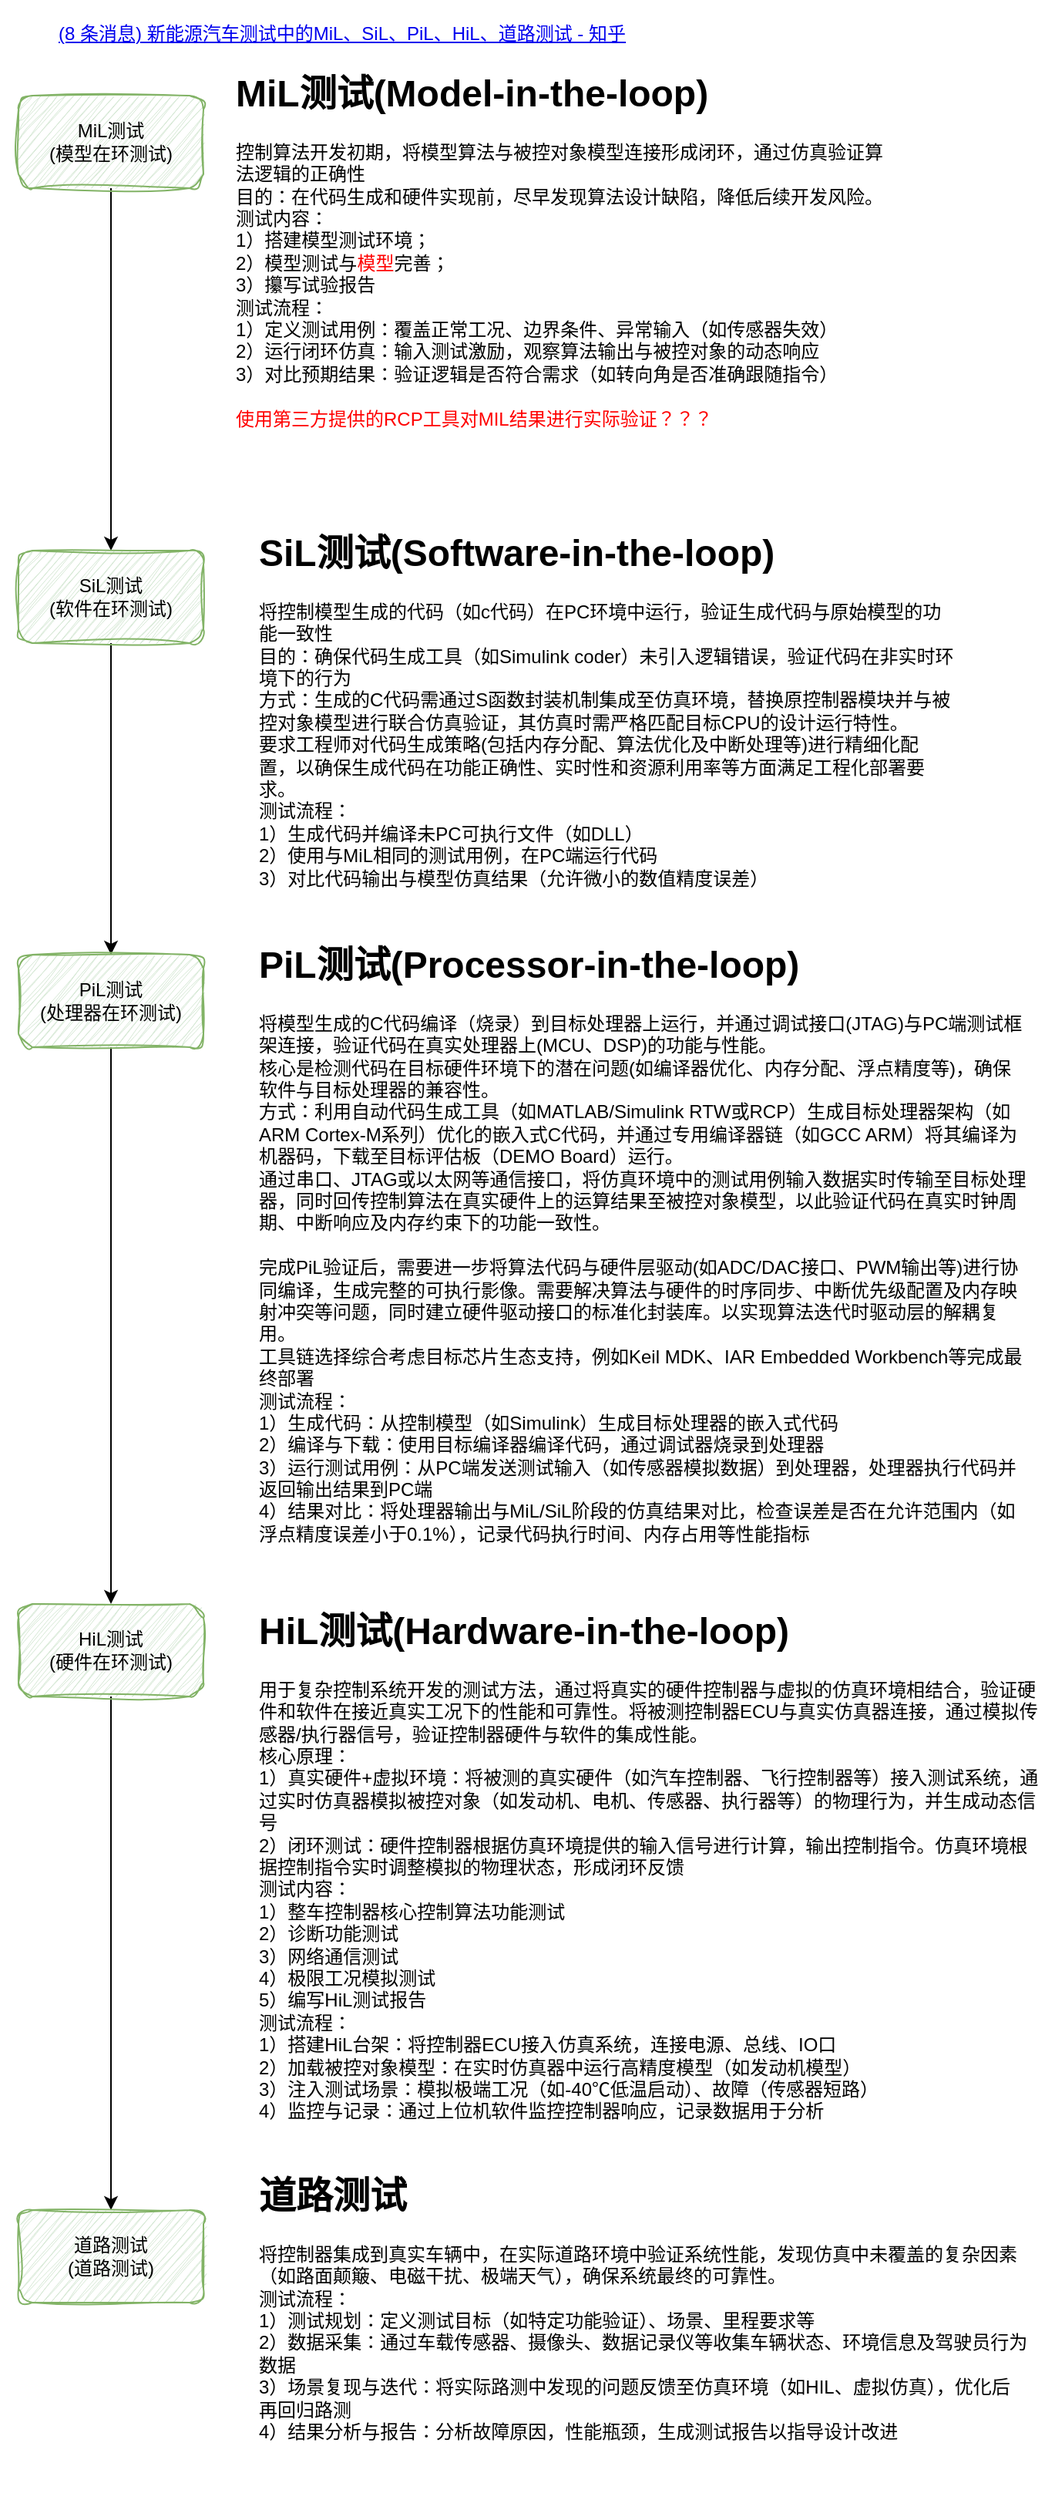
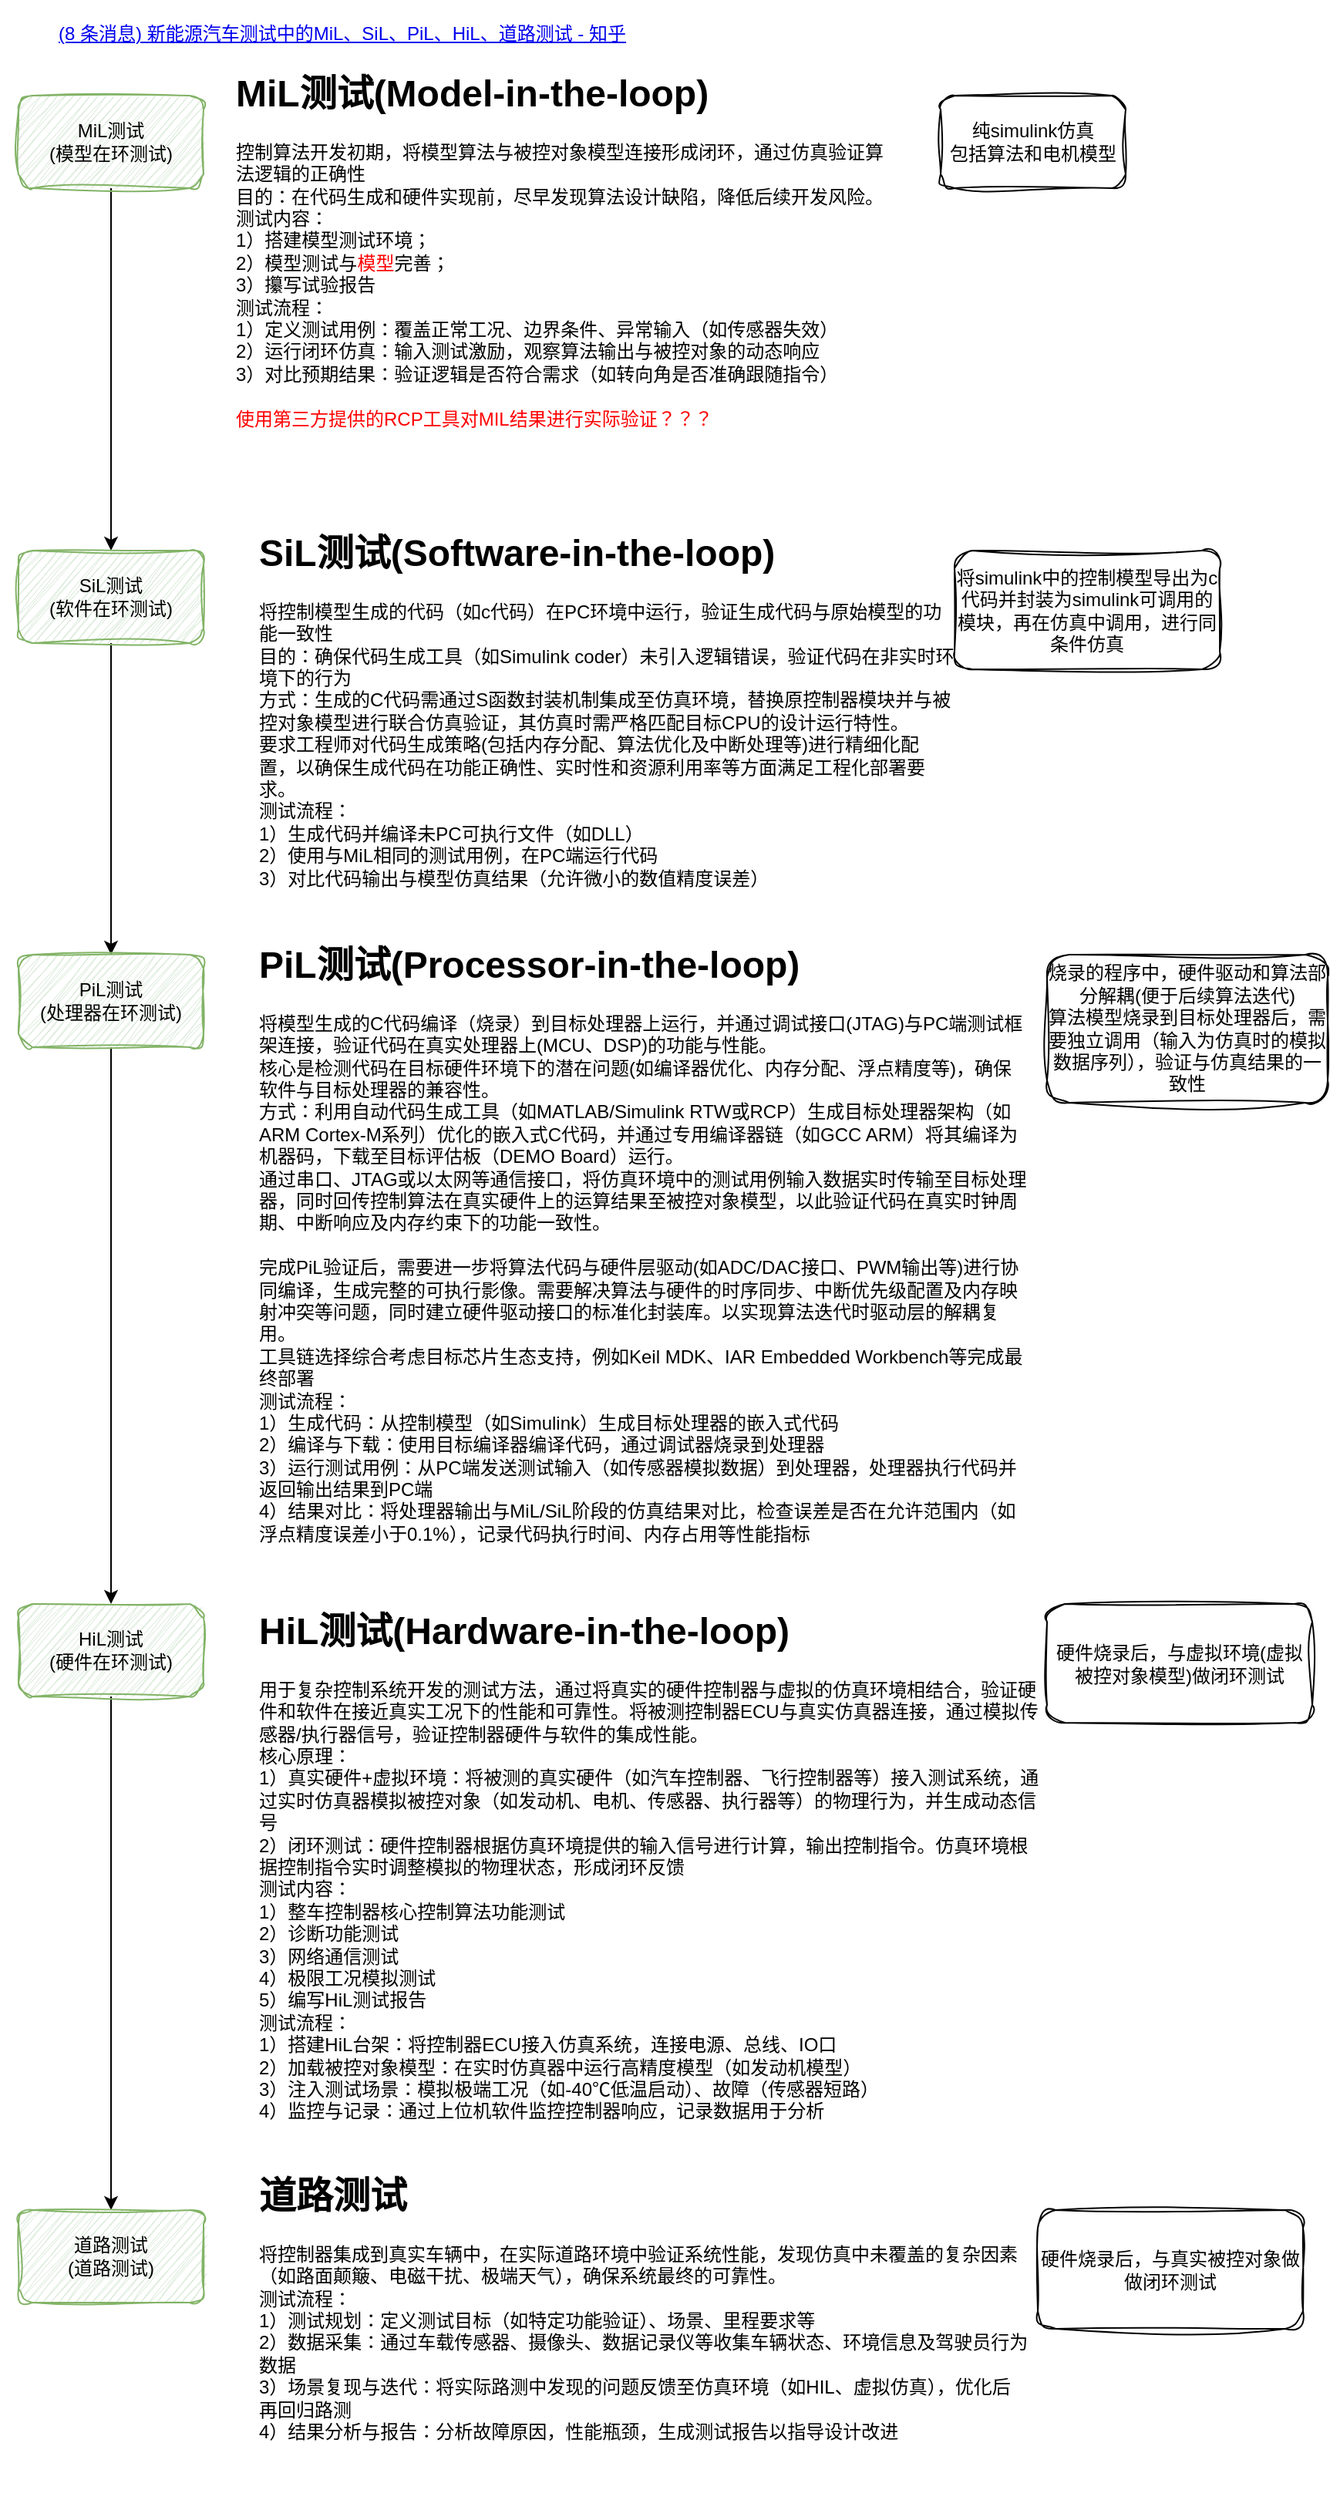
<mxfile host="app.diagrams.net">
  <diagram name="第 1 页" id="SPJzrtFJ2h2y-7jRp7m4">
-     <mxGraphModel dx="1569" dy="786" grid="0" gridSize="10" guides="1" tooltips="1" connect="1" arrows="1" fold="1" page="1" pageScale="1" pageWidth="827" pageHeight="1169" math="0" shadow="0">
+     <mxGraphModel dx="1404" dy="786" grid="0" gridSize="10" guides="1" tooltips="1" connect="1" arrows="1" fold="1" page="1" pageScale="1" pageWidth="827" pageHeight="1169" math="0" shadow="0">
      <root>
        <mxCell id="0" />
        <mxCell id="1" parent="0" />
        <mxCell id="-b37v0VHe5EqFnSivpbF-16" edge="1" parent="1" source="mNEA2bSVfQqrhph_DYo6-2" style="edgeStyle=orthogonalEdgeStyle;rounded=0;orthogonalLoop=1;jettySize=auto;html=1;exitX=0.5;exitY=1;exitDx=0;exitDy=0;fontFamily=Helvetica;fontSize=12;fontColor=default;" target="mNEA2bSVfQqrhph_DYo6-3">
          <mxGeometry relative="1" as="geometry" />
        </mxCell>
        <mxCell id="mNEA2bSVfQqrhph_DYo6-2" parent="1" style="rounded=1;whiteSpace=wrap;html=1;sketch=1;curveFitting=1;jiggle=2;fillColor=#d5e8d4;strokeColor=#82b366;" value="MiL测试&lt;div&gt;(模型在环测试)&lt;/div&gt;" vertex="1">
          <mxGeometry height="60" width="120" x="41" y="240" as="geometry" />
        </mxCell>
        <mxCell id="-b37v0VHe5EqFnSivpbF-17" edge="1" parent="1" source="mNEA2bSVfQqrhph_DYo6-3" style="edgeStyle=orthogonalEdgeStyle;rounded=0;orthogonalLoop=1;jettySize=auto;html=1;exitX=0.5;exitY=1;exitDx=0;exitDy=0;fontFamily=Helvetica;fontSize=12;fontColor=default;" target="-b37v0VHe5EqFnSivpbF-9">
          <mxGeometry relative="1" as="geometry" />
        </mxCell>
        <mxCell id="mNEA2bSVfQqrhph_DYo6-3" parent="1" style="rounded=1;whiteSpace=wrap;html=1;sketch=1;curveFitting=1;jiggle=2;fillColor=#d5e8d4;strokeColor=#82b366;" value="SiL测试&lt;div&gt;(软件在环测试)&lt;/div&gt;" vertex="1">
          <mxGeometry height="60" width="120" x="41" y="535" as="geometry" />
        </mxCell>
        <UserObject label="&#xa;&lt;a href=&quot;https://zhuanlan.zhihu.com/p/1903753229029839860&quot;&gt;(8 条消息) 新能源汽车测试中的MiL、SiL、PiL、HiL、道路测试 - 知乎&lt;/a&gt;&#xa;&#xa;" link="&#xa;&lt;a href=&quot;https://zhuanlan.zhihu.com/p/1903753229029839860&quot;&gt;(8 条消息) 新能源汽车测试中的MiL、SiL、PiL、HiL、道路测试 - 知乎&lt;/a&gt;&#xa;&#xa;" id="-b37v0VHe5EqFnSivpbF-1">
          <mxCell parent="1" style="text;html=1;whiteSpace=wrap;strokeColor=none;fillColor=none;align=center;verticalAlign=middle;rounded=0;fontFamily=Helvetica;fontSize=12;fontColor=default;" vertex="1">
            <mxGeometry height="6" width="444" x="29" y="204" as="geometry" />
          </mxCell>
        </UserObject>
        <mxCell id="-b37v0VHe5EqFnSivpbF-7" parent="1" style="text;html=1;whiteSpace=wrap;overflow=hidden;rounded=0;fontFamily=Helvetica;fontSize=12;fontColor=default;" value="&lt;h1 style=&quot;margin-top: 0px;&quot;&gt;MiL测试(Model-in-the-loop)&lt;br&gt;&lt;/h1&gt;&lt;div&gt;控制算法开发初期，将模型算法与被控对象模型连接形成闭环，通过仿真验证算法逻辑的正确性&lt;/div&gt;&lt;div&gt;目的：在代码生成和硬件实现前，尽早发现算法设计缺陷，降低后续开发风险。&lt;/div&gt;&lt;div&gt;测试内容：&lt;/div&gt;&lt;div&gt;1）搭建模型测试环境；&lt;/div&gt;&lt;div&gt;2）模型测试与&lt;font style=&quot;color: rgb(255, 0, 0);&quot;&gt;模型&lt;/font&gt;完善；&lt;/div&gt;&lt;div&gt;3）攥写试验报告&lt;/div&gt;&lt;div&gt;测试流程：&lt;/div&gt;&lt;div&gt;1）定义测试用例：覆盖正常工况、边界条件、异常输入（如传感器失效）&lt;/div&gt;&lt;div&gt;2）运行闭环仿真：输入测试激励，观察算法输出与被控对象的动态响应&lt;br&gt;&lt;/div&gt;&lt;div&gt;3）对比预期结果：验证逻辑是否符合需求（如转向角是否准确跟随指令）&lt;br&gt;&lt;/div&gt;&lt;div&gt;&lt;br&gt;&lt;/div&gt;&lt;div&gt;&lt;font style=&quot;color: rgb(255, 0, 0);&quot;&gt;使用第三方提供的RCP工具对MIL结果进行实际验证？？？&lt;/font&gt;&lt;/div&gt;" vertex="1">
          <mxGeometry height="281.5" width="424" x="180" y="217.5" as="geometry" />
        </mxCell>
        <mxCell id="-b37v0VHe5EqFnSivpbF-8" parent="1" style="text;html=1;whiteSpace=wrap;overflow=hidden;rounded=0;fontFamily=Helvetica;fontSize=12;fontColor=default;" value="&lt;h1 style=&quot;margin-top: 0px;&quot;&gt;SiL测试(Software-in-the-loop)&lt;/h1&gt;&lt;div&gt;将控制模型生成的代码（如c代码）在PC环境中运行，验证生成代码与原始模型的功能一致性&lt;/div&gt;&lt;div&gt;目的：确保代码生成工具（如Simulink coder）未引入逻辑错误，验证代码在非实时环境下的行为&lt;/div&gt;&lt;div&gt;方式：生成的C代码需通过S函数封装机制集成至仿真环境，替换原控制器模块并与被控对象模型进行联合仿真验证，其仿真时需严格匹配目标CPU的设计运行特性。&lt;/div&gt;&lt;div&gt;要求工程师对代码生成策略(包括内存分配、算法优化及中断处理等)进行精细化配置，以确保生成代码在功能正确性、实时性和资源利用率等方面满足工程化部署要求。&lt;/div&gt;&lt;div&gt;测试流程：&lt;/div&gt;&lt;div&gt;1）生成代码并编译未PC可执行文件（如DLL）&lt;/div&gt;&lt;div&gt;2）使用与MiL相同的测试用例，在PC端运行代码&lt;/div&gt;&lt;div&gt;3）对比代码输出与模型仿真结果（允许微小的数值精度误差）&lt;/div&gt;&lt;div&gt;&lt;br&gt;&lt;/div&gt;&lt;div&gt;&lt;br&gt;&lt;/div&gt;&lt;div&gt;&lt;br&gt;&lt;/div&gt;&lt;div&gt;&lt;br&gt;&lt;/div&gt;" vertex="1">
          <mxGeometry height="243" width="453" x="195" y="516" as="geometry" />
        </mxCell>
        <mxCell id="-b37v0VHe5EqFnSivpbF-18" edge="1" parent="1" source="-b37v0VHe5EqFnSivpbF-9" style="edgeStyle=orthogonalEdgeStyle;rounded=0;orthogonalLoop=1;jettySize=auto;html=1;exitX=0.5;exitY=1;exitDx=0;exitDy=0;fontFamily=Helvetica;fontSize=12;fontColor=default;" target="-b37v0VHe5EqFnSivpbF-11">
          <mxGeometry relative="1" as="geometry" />
        </mxCell>
        <mxCell id="-b37v0VHe5EqFnSivpbF-9" parent="1" style="rounded=1;whiteSpace=wrap;html=1;sketch=1;curveFitting=1;jiggle=2;fillColor=#d5e8d4;strokeColor=#82b366;" value="PiL测试&lt;div&gt;(处理器在环测试)&lt;/div&gt;" vertex="1">
          <mxGeometry height="60" width="120" x="41" y="797" as="geometry" />
        </mxCell>
        <mxCell id="-b37v0VHe5EqFnSivpbF-10" parent="1" style="text;html=1;whiteSpace=wrap;overflow=hidden;rounded=0;fontFamily=Helvetica;fontSize=12;fontColor=default;" value="&lt;h1 style=&quot;margin-top: 0px;&quot;&gt;PiL测试(Processor-in-the-loop)&lt;/h1&gt;&lt;div&gt;将模型生成的C代码编译（烧录）到目标处理器上运行，并通过调试接口(JTAG)与PC端测试框架连接，验证代码在真实处理器上(MCU、DSP&lt;span style=&quot;background-color: transparent; color: light-dark(rgb(0, 0, 0), rgb(255, 255, 255));&quot;&gt;)的功能与性能。&lt;/span&gt;&lt;/div&gt;&lt;div&gt;&lt;span style=&quot;background-color: transparent; color: light-dark(rgb(0, 0, 0), rgb(255, 255, 255));&quot;&gt;核心是检测代码在目标硬件环境下的潜在问题(如编译器优化、内存分配、浮点精度等)，确保软件与目标处理器的兼容性。&lt;/span&gt;&lt;/div&gt;&lt;div&gt;&lt;span style=&quot;background-color: transparent; color: light-dark(rgb(0, 0, 0), rgb(255, 255, 255));&quot;&gt;方式：利用自动代码生成工具（如MATLAB/Simulink RTW或RCP）生成目标处理器架构（如ARM Cortex-M系列）优化的嵌入式C代码，并通过专用编译器链（如GCC ARM）将其编译为机器码，下载至目标评估板（DEMO Board）运行。&lt;/span&gt;&lt;/div&gt;&lt;div&gt;&lt;span style=&quot;background-color: transparent; color: light-dark(rgb(0, 0, 0), rgb(255, 255, 255));&quot;&gt;通过串口、JTAG或以太网等通信接口，将仿真环境中的测试用例输入数据实时传输至目标处理器，同时回传控制算法在真实硬件上的运算结果至被控对象模型，以此验证代码在真实时钟周期、中断响应及内存约束下的功能一致性。&lt;/span&gt;&lt;/div&gt;&lt;div&gt;&lt;span style=&quot;background-color: transparent; color: light-dark(rgb(0, 0, 0), rgb(255, 255, 255));&quot;&gt;&lt;br&gt;&lt;/span&gt;&lt;/div&gt;&lt;div&gt;完成PiL验证后，需要进一步将算法代码与硬件层驱动(如ADC/DAC接口、PWM输出等)进行协同编译，生成完整的可执行影像。需要解决算法与硬件的时序同步、中断优先级配置及内存映射冲突等问题，同时建立硬件驱动接口的标准化封装库。以实现算法迭代时驱动层的解耦复用。&lt;/div&gt;&lt;div&gt;工具链选择综合考虑目标芯片生态支持，例如Keil MDK、IAR Embedded Workbench等完成最终部署&lt;/div&gt;&lt;div&gt;&lt;span style=&quot;background-color: transparent; color: light-dark(rgb(0, 0, 0), rgb(255, 255, 255));&quot;&gt;测试流程：&lt;/span&gt;&lt;/div&gt;&lt;div&gt;&lt;span style=&quot;background-color: transparent; color: light-dark(rgb(0, 0, 0), rgb(255, 255, 255));&quot;&gt;1）生成代码：从控制模型（如Simulink）生成目标处理器的嵌入式代码&lt;/span&gt;&lt;/div&gt;&lt;div&gt;&lt;span style=&quot;background-color: transparent; color: light-dark(rgb(0, 0, 0), rgb(255, 255, 255));&quot;&gt;2）编译与下载：使用目标编译器编译代码，通过调试器烧录到处理器&lt;/span&gt;&lt;/div&gt;&lt;div&gt;&lt;span style=&quot;background-color: transparent; color: light-dark(rgb(0, 0, 0), rgb(255, 255, 255));&quot;&gt;3）运行测试用例：从PC端发送测试输入（如传感器模拟数据）到处理器，处理器执行代码并返回输出结果到PC端&lt;/span&gt;&lt;/div&gt;&lt;div&gt;&lt;span style=&quot;background-color: transparent; color: light-dark(rgb(0, 0, 0), rgb(255, 255, 255));&quot;&gt;4）结果对比：将处理器输出与MiL/SiL阶段的仿真结果对比，检查误差是否在允许范围内（如浮点精度误差小于0.1%），记录代码执行时间、内存占用等性能指标&lt;/span&gt;&lt;/div&gt;&lt;div&gt;&lt;span style=&quot;background-color: transparent; color: light-dark(rgb(0, 0, 0), rgb(255, 255, 255));&quot;&gt;&lt;br&gt;&lt;/span&gt;&lt;/div&gt;" vertex="1">
          <mxGeometry height="417" width="500" x="195" y="783" as="geometry" />
        </mxCell>
        <mxCell id="-b37v0VHe5EqFnSivpbF-19" edge="1" parent="1" source="-b37v0VHe5EqFnSivpbF-11" style="edgeStyle=orthogonalEdgeStyle;rounded=0;orthogonalLoop=1;jettySize=auto;html=1;exitX=0.5;exitY=1;exitDx=0;exitDy=0;entryX=0.5;entryY=0;entryDx=0;entryDy=0;fontFamily=Helvetica;fontSize=12;fontColor=default;" target="-b37v0VHe5EqFnSivpbF-14">
          <mxGeometry relative="1" as="geometry" />
        </mxCell>
        <mxCell id="-b37v0VHe5EqFnSivpbF-11" parent="1" style="rounded=1;whiteSpace=wrap;html=1;sketch=1;curveFitting=1;jiggle=2;fillColor=#d5e8d4;strokeColor=#82b366;" value="HiL测试&lt;div&gt;(硬件在环测试)&lt;/div&gt;" vertex="1">
          <mxGeometry height="60" width="120" x="41" y="1218" as="geometry" />
        </mxCell>
        <mxCell id="-b37v0VHe5EqFnSivpbF-12" parent="1" style="text;html=1;whiteSpace=wrap;overflow=hidden;rounded=0;fontFamily=Helvetica;fontSize=12;fontColor=default;" value="&lt;h1 style=&quot;margin-top: 0px;&quot;&gt;HiL测试(Hardware-in-the-loop)&lt;/h1&gt;&lt;div&gt;用于复杂控制系统开发的测试方法，通过将真实的硬件控制器与虚拟的仿真环境相结合，验证硬件和软件在接近真实工况下的性能和可靠性。将被测控制器ECU与真实仿真器连接，通过模拟传感器/执行器信号，验证控制器硬件与软件的集成性能。&lt;/div&gt;&lt;div&gt;核心原理：&lt;/div&gt;&lt;div&gt;1）真实硬件+虚拟环境：将被测的真实硬件（如汽车控制器、飞行控制器等）接入测试系统，通过实时仿真器模拟被控对象（如发动机、电机、传感器、执行器等）的物理行为，并生成动态信号&lt;/div&gt;&lt;div&gt;2）闭环测试：硬件控制器根据仿真环境提供的输入信号进行计算，输出控制指令。仿真环境根据控制指令实时调整模拟的物理状态，形成闭环反馈&lt;/div&gt;&lt;div&gt;测试内容：&lt;/div&gt;&lt;div&gt;1）整车控制器核心控制算法功能测试&lt;/div&gt;&lt;div&gt;2）诊断功能测试&lt;/div&gt;&lt;div&gt;3）网络通信测试&lt;/div&gt;&lt;div&gt;4）极限工况模拟测试&lt;/div&gt;&lt;div&gt;5）编写HiL测试报告&lt;/div&gt;&lt;div&gt;测试流程：&lt;/div&gt;&lt;div&gt;1）搭建HiL台架：将控制器ECU接入仿真系统，连接电源、总线、IO口&lt;/div&gt;&lt;div&gt;2）加载被控对象模型：在实时仿真器中运行高精度模型（如发动机模型）&lt;/div&gt;&lt;div&gt;3）注入测试场景：模拟极端工况（如-40℃低温启动）、故障（传感器短路）&lt;/div&gt;&lt;div&gt;4）监控与记录：通过上位机软件监控控制器响应，记录数据用于分析&lt;/div&gt;&lt;div&gt;&lt;br&gt;&lt;/div&gt;" vertex="1">
          <mxGeometry height="346" width="511" x="195" y="1215" as="geometry" />
        </mxCell>
        <mxCell id="-b37v0VHe5EqFnSivpbF-14" parent="1" style="rounded=1;whiteSpace=wrap;html=1;sketch=1;curveFitting=1;jiggle=2;fillColor=#d5e8d4;strokeColor=#82b366;" value="道路测试&lt;div&gt;(道路测试)&lt;/div&gt;" vertex="1">
          <mxGeometry height="60" width="120" x="41" y="1611" as="geometry" />
        </mxCell>
        <mxCell id="-b37v0VHe5EqFnSivpbF-15" parent="1" style="text;html=1;whiteSpace=wrap;overflow=hidden;rounded=0;fontFamily=Helvetica;fontSize=12;fontColor=default;" value="&lt;h1 style=&quot;margin-top: 0px;&quot;&gt;道路测试&lt;/h1&gt;&lt;div&gt;将控制器集成到真实车辆中，在实际道路环境中验证系统性能，发现仿真中未覆盖的复杂因素（如路面颠簸、电磁干扰、极端天气），确保系统最终的可靠性。&lt;/div&gt;&lt;div&gt;测试流程：&lt;/div&gt;&lt;div&gt;1）测试规划：定义测试目标（如特定功能验证）、场景、里程要求等&lt;/div&gt;&lt;div&gt;2）数据采集：通过车载传感器、摄像头、数据记录仪等收集车辆状态、环境信息及驾驶员行为数据&lt;/div&gt;&lt;div&gt;3）场景复现与迭代：将实际路测中发现的问题反馈至仿真环境（如HIL、虚拟仿真），优化后再回归路测&lt;/div&gt;&lt;div&gt;4）结果分析与报告：分析故障原因，性能瓶颈，生成测试报告以指导设计改进&lt;/div&gt;&lt;div&gt;&lt;br&gt;&lt;/div&gt;&lt;div&gt;&lt;br&gt;&lt;/div&gt;" vertex="1">
          <mxGeometry height="214" width="501" x="195" y="1581" as="geometry" />
        </mxCell>
+         <mxCell id="vQIKJYU9hiVUAoawukqU-1" parent="1" style="rounded=1;whiteSpace=wrap;html=1;sketch=1;curveFitting=1;jiggle=2;" value="纯simulink仿真&lt;div&gt;包括算法和电机模型&lt;/div&gt;" vertex="1">
+           <mxGeometry height="60" width="120" x="639" y="240" as="geometry" />
+         </mxCell>
+         <mxCell id="vQIKJYU9hiVUAoawukqU-2" parent="1" style="rounded=1;whiteSpace=wrap;html=1;sketch=1;curveFitting=1;jiggle=2;" value="将simulink中的控制模型导出为c代码并封装为simulink可调用的模块，再在仿真中调用，进行同条件仿真" vertex="1">
+           <mxGeometry height="77" width="172" x="648" y="535" as="geometry" />
+         </mxCell>
+         <mxCell id="vQIKJYU9hiVUAoawukqU-3" parent="1" style="rounded=1;whiteSpace=wrap;html=1;sketch=1;curveFitting=1;jiggle=2;" value="烧录的程序中，硬件驱动和算法部分解耦(便于后续算法迭代)&lt;div&gt;算法模型烧录到目标处理器后，需要独立调用（输入为仿真时的模拟数据序列），验证与仿真结果的一致性&lt;/div&gt;" vertex="1">
+           <mxGeometry height="96" width="182" x="708" y="797" as="geometry" />
+         </mxCell>
+         <mxCell id="vQIKJYU9hiVUAoawukqU-4" parent="1" style="rounded=1;whiteSpace=wrap;html=1;sketch=1;curveFitting=1;jiggle=2;" value="硬件烧录后，与虚拟环境(虚拟被控对象模型)做闭环测试" vertex="1">
+           <mxGeometry height="77" width="172" x="708" y="1218" as="geometry" />
+         </mxCell>
+         <mxCell id="vQIKJYU9hiVUAoawukqU-5" parent="1" style="rounded=1;whiteSpace=wrap;html=1;sketch=1;curveFitting=1;jiggle=2;" value="硬件烧录后，与真实被控对象做做闭环测试" vertex="1">
+           <mxGeometry height="77" width="172" x="702" y="1611" as="geometry" />
+         </mxCell>
      </root>
    </mxGraphModel>
  </diagram>
</mxfile>
